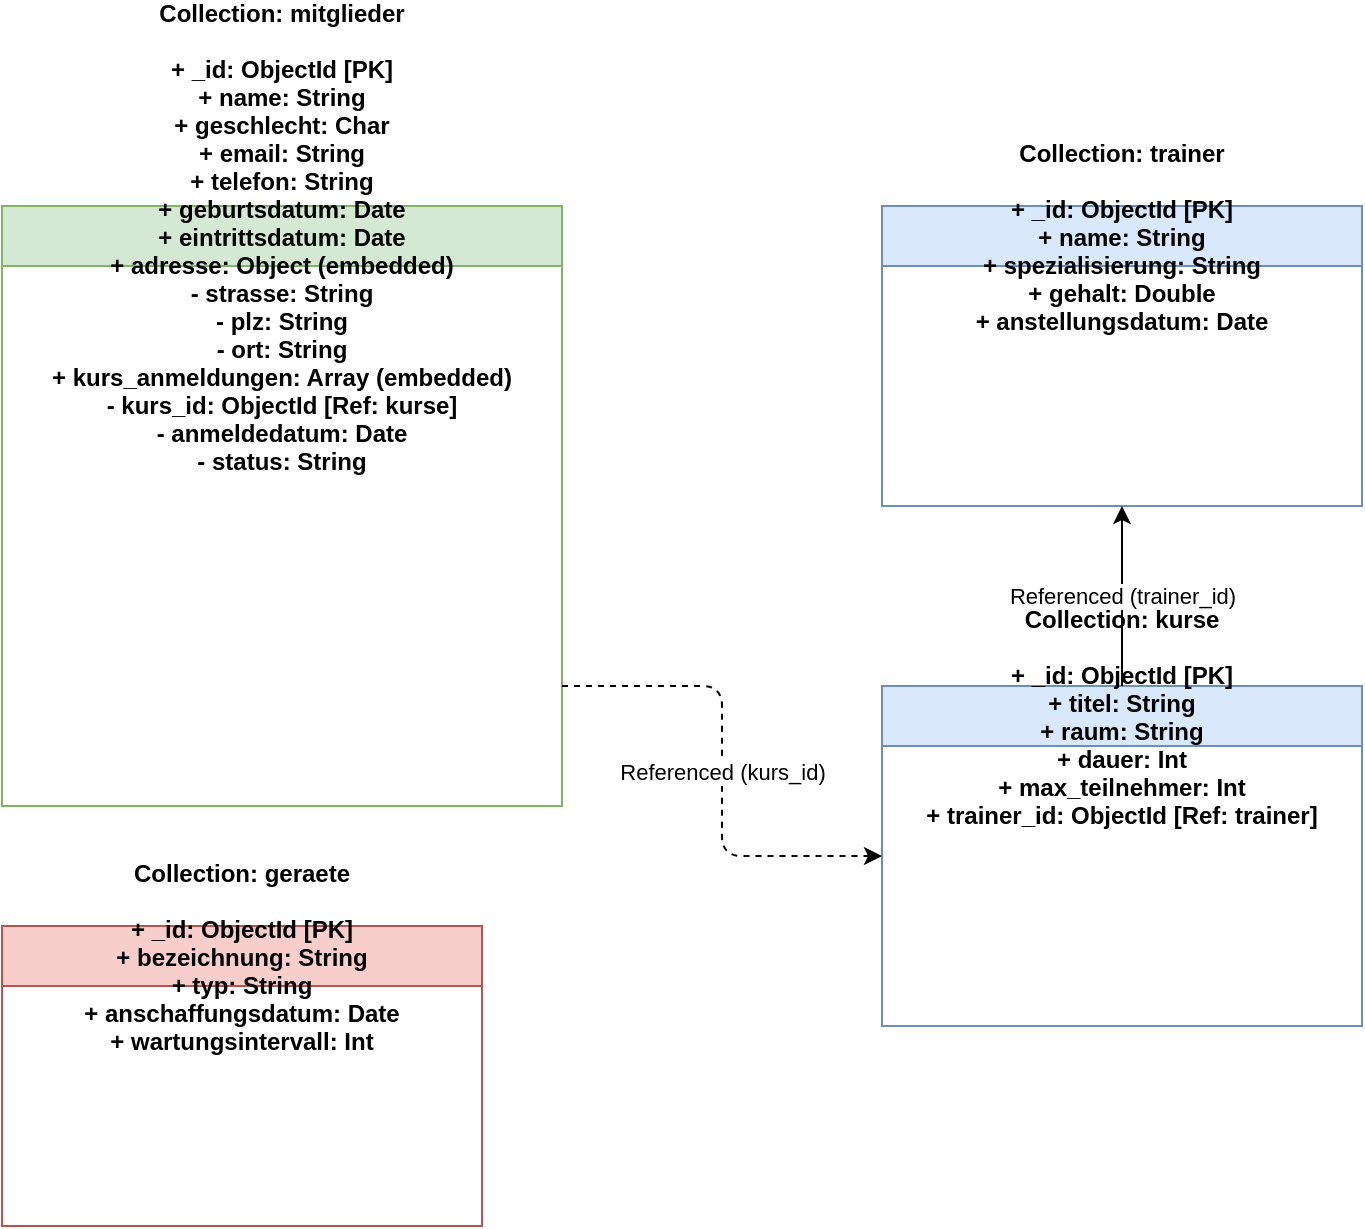
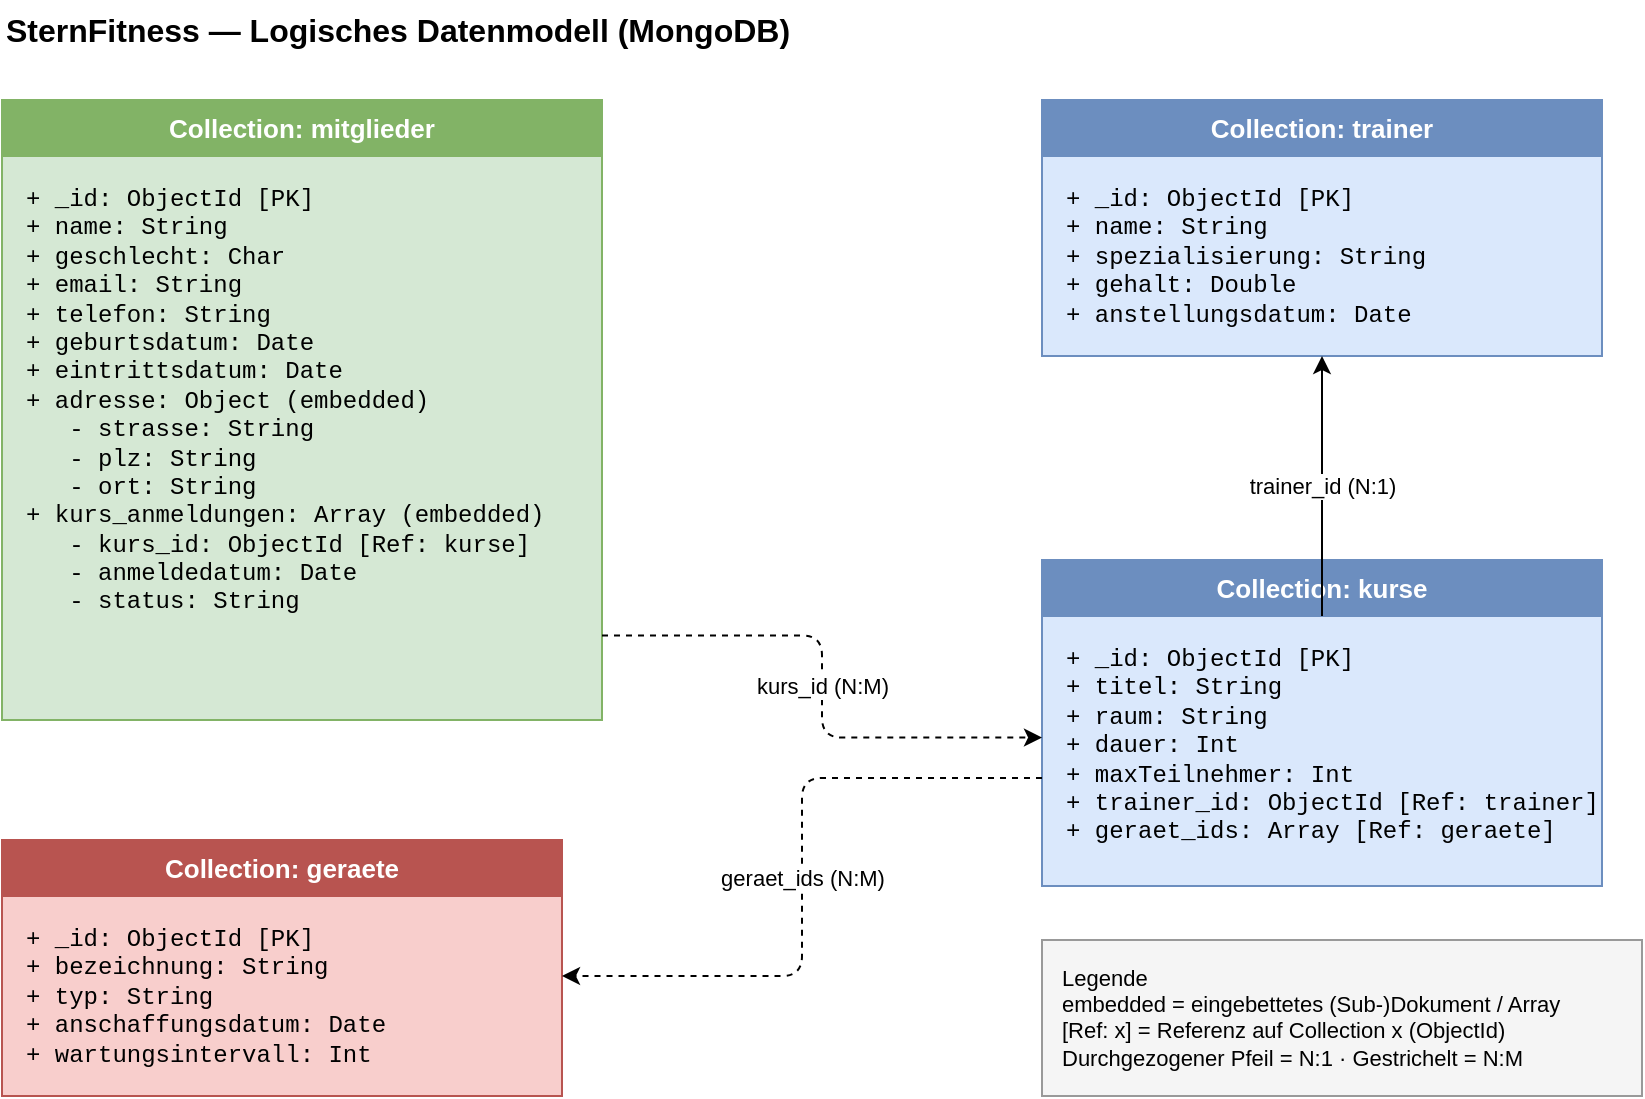
<?xml version="1.0" encoding="UTF-8"?>
- <mxfile host="Electron" modified="2026-06-02T12:00:00.000Z" agent="5.0" version="20.0.0" type="device">
+ <mxfile host="Electron" modified="2026-06-18T12:00:00.000Z" agent="5.0" version="20.0.0" type="device">
  <diagram id="LogicalModel" name="SternFitness Logical Model">
-     <mxGraphModel dx="1200" dy="800" grid="1" gridSize="10" guides="1" tooltips="1" connect="1" arrows="1" fold="1" page="1" pageScale="1" pageWidth="827" pageHeight="1169" math="0" shadow="0">
+     <mxGraphModel dx="1200" dy="800" grid="1" gridSize="10" guides="1" tooltips="1" connect="1" arrows="1" fold="1" page="1" pageScale="1" pageWidth="900" pageHeight="650" math="0" shadow="0">
      <root>
        <mxCell id="0" />
        <mxCell id="1" parent="0" />

-         <!-- Collection: mitglieder -->
-         <mxCell id="col_mitglieder" value="Collection: mitglieder&#xa;&#xa;+ _id: ObjectId [PK]&#xa;+ name: String&#xa;+ geschlecht: Char&#xa;+ email: String&#xa;+ telefon: String&#xa;+ geburtsdatum: Date&#xa;+ eintrittsdatum: Date&#xa;+ adresse: Object (embedded)&#xa;  - strasse: String&#xa;  - plz: String&#xa;  - ort: String&#xa;+ kurs_anmeldungen: Array (embedded)&#xa;  - kurs_id: ObjectId [Ref: kurse]&#xa;  - anmeldedatum: Date&#xa;  - status: String" style="shape=swimlane;fontStyle=1;childLayout=stackLayout;horizontal=1;startSize=30;horizontalStack=0;resizeParent=1;resizeParentMax=0;resizeLast=0;collapsible=1;marginBottom=0;fillColor=#d5e8d4;strokeColor=#82b366;" vertex="1" parent="1">
-           <mxGeometry x="40" y="80" width="280" height="300" as="geometry" />
+         <!-- Title -->
+         <mxCell id="title" value="SternFitness — Logisches Datenmodell (MongoDB)" style="text;html=1;align=left;verticalAlign=middle;fontSize=16;fontStyle=1;" vertex="1" parent="1">
+           <mxGeometry x="40" y="20" width="500" height="30" as="geometry" />
        </mxCell>

-         <!-- Collection: trainer -->
-         <mxCell id="col_trainer" value="Collection: trainer&#xa;&#xa;+ _id: ObjectId [PK]&#xa;+ name: String&#xa;+ spezialisierung: String&#xa;+ gehalt: Double&#xa;+ anstellungsdatum: Date" style="shape=swimlane;fontStyle=1;childLayout=stackLayout;horizontal=1;startSize=30;horizontalStack=0;resizeParent=1;resizeParentMax=0;resizeLast=0;collapsible=1;marginBottom=0;fillColor=#dae8fc;strokeColor=#6c8ebf;" vertex="1" parent="1">
-           <mxGeometry x="480" y="80" width="240" height="150" as="geometry" />
+         <!-- ===== Collection: mitglieder (green) ===== -->
+         <mxCell id="h_mit" value="Collection: mitglieder" style="rounded=0;whiteSpace=wrap;html=1;fillColor=#82b366;strokeColor=#82b366;fontColor=#ffffff;fontStyle=1;fontSize=13;align=center;verticalAlign=middle;" vertex="1" parent="1">
+           <mxGeometry x="40" y="70" width="300" height="28" as="geometry" />
+         </mxCell>
+         <mxCell id="b_mit" value="+ _id: ObjectId [PK]&#xa;+ name: String&#xa;+ geschlecht: Char&#xa;+ email: String&#xa;+ telefon: String&#xa;+ geburtsdatum: Date&#xa;+ eintrittsdatum: Date&#xa;+ adresse: Object (embedded)&#xa;&#160;&#160;&#160;- strasse: String&#xa;&#160;&#160;&#160;- plz: String&#xa;&#160;&#160;&#160;- ort: String&#xa;+ kurs_anmeldungen: Array (embedded)&#xa;&#160;&#160;&#160;- kurs_id: ObjectId [Ref: kurse]&#xa;&#160;&#160;&#160;- anmeldedatum: Date&#xa;&#160;&#160;&#160;- status: String" style="rounded=0;whiteSpace=wrap;html=1;fillColor=#d5e8d4;strokeColor=#82b366;align=left;verticalAlign=top;spacingLeft=10;spacingTop=8;fontSize=12;fontFamily=Courier New;" vertex="1" parent="1">
+           <mxGeometry x="40" y="98" width="300" height="282" as="geometry" />
        </mxCell>

-         <!-- Collection: kurse -->
-         <mxCell id="col_kurse" value="Collection: kurse&#xa;&#xa;+ _id: ObjectId [PK]&#xa;+ titel: String&#xa;+ raum: String&#xa;+ dauer: Int&#xa;+ max_teilnehmer: Int&#xa;+ trainer_id: ObjectId [Ref: trainer]" style="shape=swimlane;fontStyle=1;childLayout=stackLayout;horizontal=1;startSize=30;horizontalStack=0;resizeParent=1;resizeParentMax=0;resizeLast=0;collapsible=1;marginBottom=0;fillColor=#dae8fc;strokeColor=#6c8ebf;" vertex="1" parent="1">
-           <mxGeometry x="480" y="320" width="240" height="170" as="geometry" />
+         <!-- ===== Collection: trainer (blue) ===== -->
+         <mxCell id="h_tra" value="Collection: trainer" style="rounded=0;whiteSpace=wrap;html=1;fillColor=#6c8ebf;strokeColor=#6c8ebf;fontColor=#ffffff;fontStyle=1;fontSize=13;align=center;verticalAlign=middle;" vertex="1" parent="1">
+           <mxGeometry x="560" y="70" width="280" height="28" as="geometry" />
+         </mxCell>
+         <mxCell id="b_tra" value="+ _id: ObjectId [PK]&#xa;+ name: String&#xa;+ spezialisierung: String&#xa;+ gehalt: Double&#xa;+ anstellungsdatum: Date" style="rounded=0;whiteSpace=wrap;html=1;fillColor=#dae8fc;strokeColor=#6c8ebf;align=left;verticalAlign=top;spacingLeft=10;spacingTop=8;fontSize=12;fontFamily=Courier New;" vertex="1" parent="1">
+           <mxGeometry x="560" y="98" width="280" height="100" as="geometry" />
        </mxCell>

-         <!-- Collection: geraete -->
-         <mxCell id="col_geraete" value="Collection: geraete&#xa;&#xa;+ _id: ObjectId [PK]&#xa;+ bezeichnung: String&#xa;+ typ: String&#xa;+ anschaffungsdatum: Date&#xa;+ wartungsintervall: Int" style="shape=swimlane;fontStyle=1;childLayout=stackLayout;horizontal=1;startSize=30;horizontalStack=0;resizeParent=1;resizeParentMax=0;resizeLast=0;collapsible=1;marginBottom=0;fillColor=#f8cecc;strokeColor=#b85450;" vertex="1" parent="1">
-           <mxGeometry x="40" y="440" width="240" height="150" as="geometry" />
+         <!-- ===== Collection: kurse (blue) ===== -->
+         <mxCell id="h_kur" value="Collection: kurse" style="rounded=0;whiteSpace=wrap;html=1;fillColor=#6c8ebf;strokeColor=#6c8ebf;fontColor=#ffffff;fontStyle=1;fontSize=13;align=center;verticalAlign=middle;" vertex="1" parent="1">
+           <mxGeometry x="560" y="300" width="280" height="28" as="geometry" />
+         </mxCell>
+         <mxCell id="b_kur" value="+ _id: ObjectId [PK]&#xa;+ titel: String&#xa;+ raum: String&#xa;+ dauer: Int&#xa;+ maxTeilnehmer: Int&#xa;+ trainer_id: ObjectId [Ref: trainer]&#xa;+ geraet_ids: Array [Ref: geraete]" style="rounded=0;whiteSpace=wrap;html=1;fillColor=#dae8fc;strokeColor=#6c8ebf;align=left;verticalAlign=top;spacingLeft=10;spacingTop=8;fontSize=12;fontFamily=Courier New;" vertex="1" parent="1">
+           <mxGeometry x="560" y="328" width="280" height="135" as="geometry" />
        </mxCell>

-         <!-- Connection: mitglieder -> kurse (Reference) -->
-         <mxCell id="edge_ref_mk" value="Referenced (kurs_id)" style="endArrow=classic;html=1;exitX=1;exitY=0.8;exitDx=0;exitDy=0;entryX=0;entryY=0.5;entryDx=0;entryDy=0;edgeStyle=orthogonalEdgeStyle;dashed=1;" edge="1" parent="1" source="col_mitglieder" target="col_kurse">
-           <mxGeometry width="50" height="50" relative="1" as="geometry" />
+         <!-- ===== Collection: geraete (red) ===== -->
+         <mxCell id="h_ger" value="Collection: geraete" style="rounded=0;whiteSpace=wrap;html=1;fillColor=#b85450;strokeColor=#b85450;fontColor=#ffffff;fontStyle=1;fontSize=13;align=center;verticalAlign=middle;" vertex="1" parent="1">
+           <mxGeometry x="40" y="440" width="280" height="28" as="geometry" />
+         </mxCell>
+         <mxCell id="b_ger" value="+ _id: ObjectId [PK]&#xa;+ bezeichnung: String&#xa;+ typ: String&#xa;+ anschaffungsdatum: Date&#xa;+ wartungsintervall: Int" style="rounded=0;whiteSpace=wrap;html=1;fillColor=#f8cecc;strokeColor=#b85450;align=left;verticalAlign=top;spacingLeft=10;spacingTop=8;fontSize=12;fontFamily=Courier New;" vertex="1" parent="1">
+           <mxGeometry x="40" y="468" width="280" height="100" as="geometry" />
        </mxCell>

-         <!-- Connection: kurse -> trainer (Reference) -->
-         <mxCell id="edge_ref_kt" value="Referenced (trainer_id)" style="endArrow=classic;html=1;exitX=0.5;exitY=0;exitDx=0;exitDy=0;entryX=0.5;entryY=1;entryDx=0;entryDy=0;" edge="1" parent="1" source="col_kurse" target="col_trainer">
-           <mxGeometry width="50" height="50" relative="1" as="geometry" />
+         <!-- ===== Relationships ===== -->
+         <!-- mitglieder.kurs_anmeldungen.kurs_id -> kurse (N:M, referenced) -->
+         <mxCell id="edge_mk" value="kurs_id (N:M)" style="endArrow=classic;html=1;exitX=1;exitY=0.85;exitDx=0;exitDy=0;entryX=0;entryY=0.45;entryDx=0;entryDy=0;edgeStyle=orthogonalEdgeStyle;dashed=1;fontSize=11;" edge="1" parent="1" source="b_mit" target="b_kur">
+           <mxGeometry relative="1" as="geometry" />
+         </mxCell>
+         <!-- kurse.trainer_id -> trainer (N:1, referenced) -->
+         <mxCell id="edge_kt" value="trainer_id (N:1)" style="endArrow=classic;html=1;exitX=0.5;exitY=0;exitDx=0;exitDy=0;entryX=0.5;entryY=1;entryDx=0;entryDy=0;fontSize=11;" edge="1" parent="1" source="b_kur" target="b_tra">
+           <mxGeometry relative="1" as="geometry" />
+         </mxCell>
+         <!-- kurse.geraet_ids -> geraete (N:M, referenced) -->
+         <mxCell id="edge_kg" value="geraet_ids (N:M)" style="endArrow=classic;html=1;exitX=0;exitY=0.6;exitDx=0;exitDy=0;entryX=1;entryY=0.4;entryDx=0;entryDy=0;edgeStyle=orthogonalEdgeStyle;dashed=1;fontSize=11;" edge="1" parent="1" source="b_kur" target="b_ger">
+           <mxGeometry relative="1" as="geometry" />
+         </mxCell>
+ 
+         <!-- ===== Legend ===== -->
+         <mxCell id="legend" value="Legende&#xa;embedded = eingebettetes (Sub-)Dokument / Array&#xa;[Ref: x] = Referenz auf Collection x (ObjectId)&#xa;Durchgezogener Pfeil = N:1 · Gestrichelt = N:M" style="rounded=0;whiteSpace=wrap;html=1;align=left;verticalAlign=top;spacingLeft=8;spacingTop=6;fontSize=11;fillColor=#f5f5f5;strokeColor=#999999;" vertex="1" parent="1">
+           <mxGeometry x="560" y="490" width="300" height="78" as="geometry" />
        </mxCell>
      </root>
    </mxGraphModel>
  </diagram>
</mxfile>
